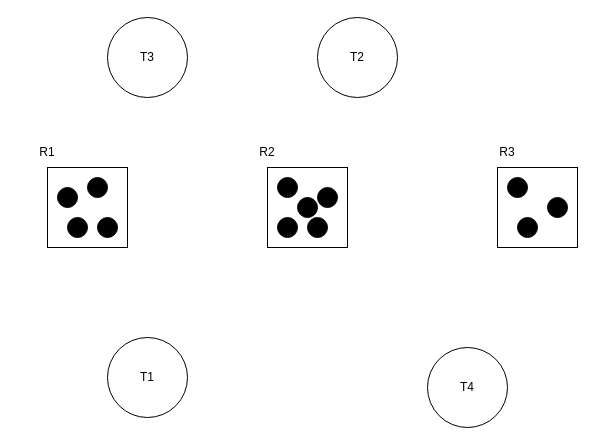
The draw.io diagram RAGs.drawio in huyle84/diagrams, before the edit. Source tidied: cells renumbered, new cells numbered last; positions are measured from the earlier drawing's top-left corner, leaving out a move shared by most shapes. Both pictures are drawn from the tidied source at 100%, with x=0, y=0 at pixel (17, 17).
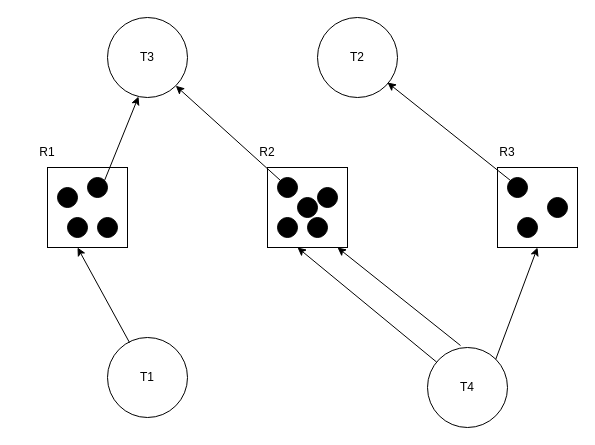
The same page after the edit.

The change refers to these unchanged cells:
```xml
<mxCell id="5" value="T3" style="ellipse;whiteSpace=wrap;html=1;" parent="1" vertex="1">
  <mxGeometry x="90" width="80" height="80" as="geometry" />
</mxCell>
<mxCell id="7" value="T1" style="ellipse;whiteSpace=wrap;html=1;" parent="1" vertex="1">
  <mxGeometry x="90" y="320" width="80" height="80" as="geometry" />
</mxCell>
<mxCell id="8" value="T4" style="ellipse;whiteSpace=wrap;html=1;" parent="1" vertex="1">
  <mxGeometry x="410" y="330" width="80" height="80" as="geometry" />
</mxCell>
<mxCell id="10" style="ellipse;whiteSpace=wrap;html=1;fillColor=#000000;" parent="1" vertex="1">
  <mxGeometry x="70" y="160" width="20" height="20" as="geometry" />
</mxCell>
<mxCell id="13" style="ellipse;whiteSpace=wrap;html=1;fillColor=#000000;" parent="1" vertex="1">
  <mxGeometry x="260" y="160" width="20" height="20" as="geometry" />
</mxCell>
<mxCell id="18" style="ellipse;whiteSpace=wrap;html=1;fillColor=#000000;" parent="1" vertex="1">
  <mxGeometry x="490" y="160" width="20" height="20" as="geometry" />
</mxCell>
```

Diff of the diagram source:
```diff
@@
+    <mxCell id="24" style="endArrow=classic;html=1;rounded=0;entryX=0.388;entryY=0.988;entryDx=0;entryDy=0;entryPerimeter=0;exitX=1;exitY=0;exitDx=0;exitDy=0;" parent="1" edge="1" source="10" target="5">
+      <mxGeometry relative="1" as="geometry" />
+    </mxCell>
+    <mxCell id="25" style="endArrow=classic;html=1;rounded=0;entryX=1;entryY=1;entryDx=0;entryDy=0;exitX=0;exitY=0;exitDx=0;exitDy=0;" parent="1" edge="1" source="13" target="5">
+      <mxGeometry relative="1" as="geometry" />
+    </mxCell>
+    <mxCell id="26" style="endArrow=classic;html=1;rounded=0;entryX=1;entryY=1;entryDx=0;entryDy=0;exitX=0;exitY=0;exitDx=0;exitDy=0;" parent="1" edge="1" source="18">
+      <mxGeometry relative="1" as="geometry">
+        <mxPoint x="370" y="65" as="targetPoint" />
+      </mxGeometry>
+    </mxCell>
+    <mxCell id="27" style="endArrow=classic;html=1;rounded=0;entryX=1;entryY=1;entryDx=0;entryDy=0;exitX=0;exitY=0;exitDx=0;exitDy=0;" parent="1" edge="1">
+      <mxGeometry relative="1" as="geometry">
+        <mxPoint x="443" y="328" as="sourcePoint" />
+        <mxPoint x="320" y="230" as="targetPoint" />
+      </mxGeometry>
+    </mxCell>
+    <mxCell id="28" style="endArrow=classic;html=1;rounded=0;entryX=1;entryY=1;entryDx=0;entryDy=0;exitX=1;exitY=0;exitDx=0;exitDy=0;" parent="1" edge="1" source="8">
+      <mxGeometry relative="1" as="geometry">
+        <mxPoint x="520" y="230" as="targetPoint" />
+      </mxGeometry>
+    </mxCell>
+    <mxCell id="29" style="endArrow=classic;html=1;rounded=0;entryX=1;entryY=1;entryDx=0;entryDy=0;exitX=0.275;exitY=0.063;exitDx=0;exitDy=0;exitPerimeter=0;" parent="1" edge="1" source="7">
+      <mxGeometry relative="1" as="geometry">
+        <mxPoint x="60" y="230" as="targetPoint" />
+      </mxGeometry>
+    </mxCell>
+    <mxCell id="30" style="endArrow=classic;html=1;rounded=0;entryX=1;entryY=1;entryDx=0;entryDy=0;" parent="1" edge="1" source="8">
+      <mxGeometry relative="1" as="geometry">
+        <mxPoint x="280" y="230" as="targetPoint" />
+      </mxGeometry>
+    </mxCell>
```
